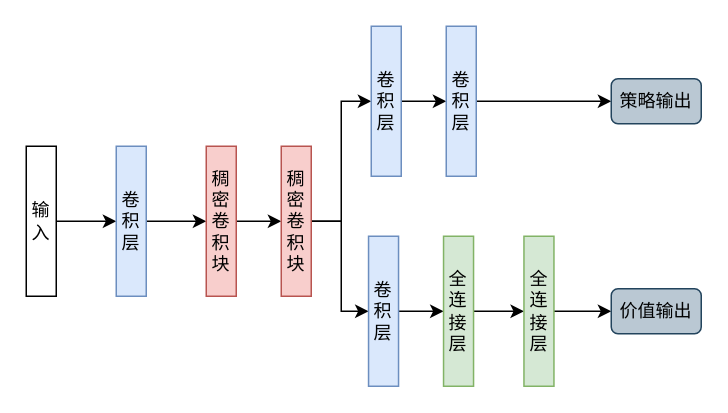
Above: 策略价值网络示意图.drawio in zhaoyangkun/draw.io (draw.io), before the change. Source tidied: cells renumbered, new cells numbered last; positions are measured from the earlier drawing's top-left corner, leaving out a move shared by most shapes. Both pictures are drawn from the tidied source at 150%, with x=0, y=0 at pixel (26, 26).
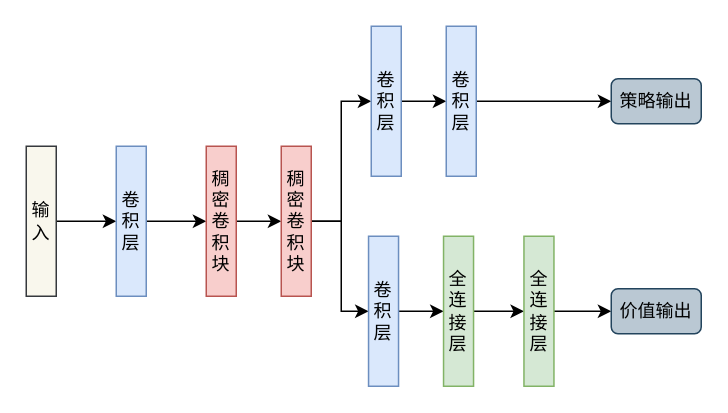
The same diagram, later.

Commit message (it also covers changes not shown here):
更新策略价值网络示意图.drawio

Diff of the diagram source:
```diff
@@
-    <mxCell id="3" value="输入" style="rounded=0;whiteSpace=wrap;html=1;flipH=1;" parent="1" vertex="1">
+    <mxCell id="3" value="输入" style="rounded=0;whiteSpace=wrap;html=1;flipH=1;fillColor=#f9f7ed;strokeColor=#36393d;" parent="1" vertex="1">
       <mxGeometry y="80" width="20" height="100" as="geometry" />
     </mxCell>
```
